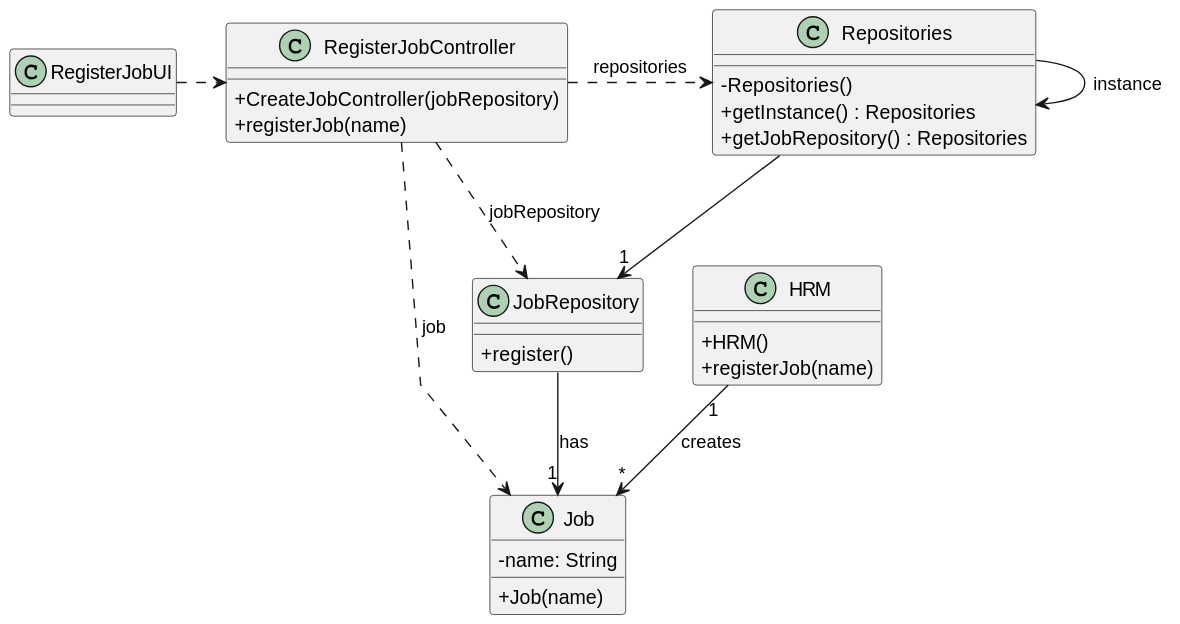
The PlantUML diagram docs/sprintB/us002/03.design/svg/us002-class-diagram.svg in diogoveirospro/lei-24-s2-1dg-g072, before a commit.
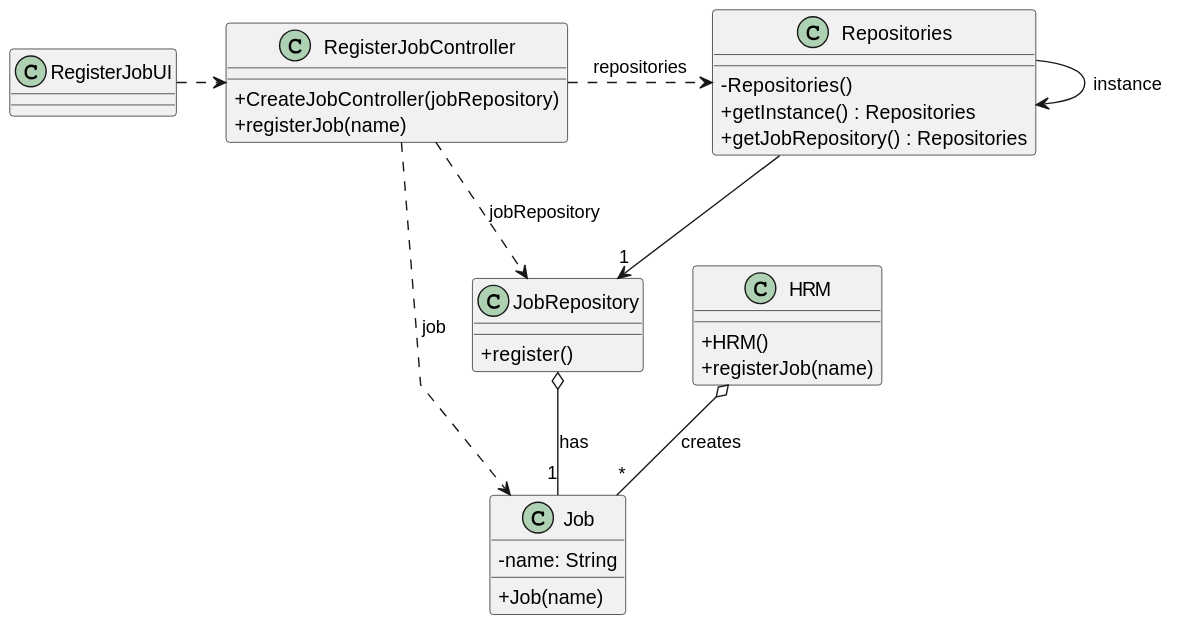
Later version of the same file.

Change to the diagram source:
```diff
@@ -38,12 +38,12 @@
 }
 
 
-HRM "1" --> "*" Job : creates
+HRM  o-- "*" Job : creates
 RegisterJobUI .> RegisterJobController
 RegisterJobController .> Repositories : repositories
 Repositories --> Repositories : instance
 Repositories --> "1" JobRepository
-JobRepository --> "1" Job : has
+JobRepository o-- "1" Job : has
 RegisterJobController .> JobRepository : jobRepository
 RegisterJobController .> Job : job
 @enduml
```
